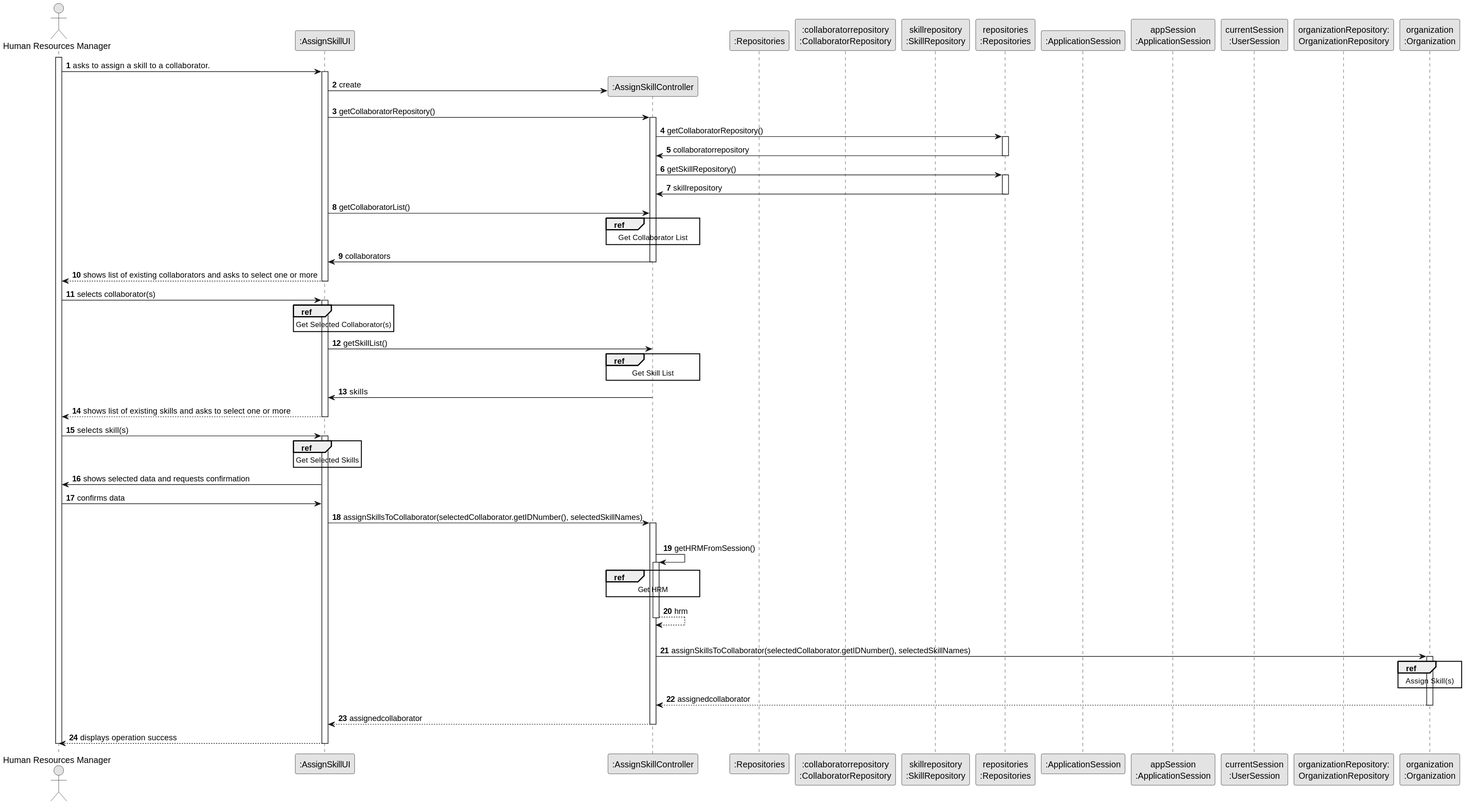
tiagosoa/lei-24-s2-1dgh-g073 keeps this PlantUML diagram as docs/sprint3/us004/03.design/svg/us004-sequence-diagram-split.svg. Above is the earlier version.
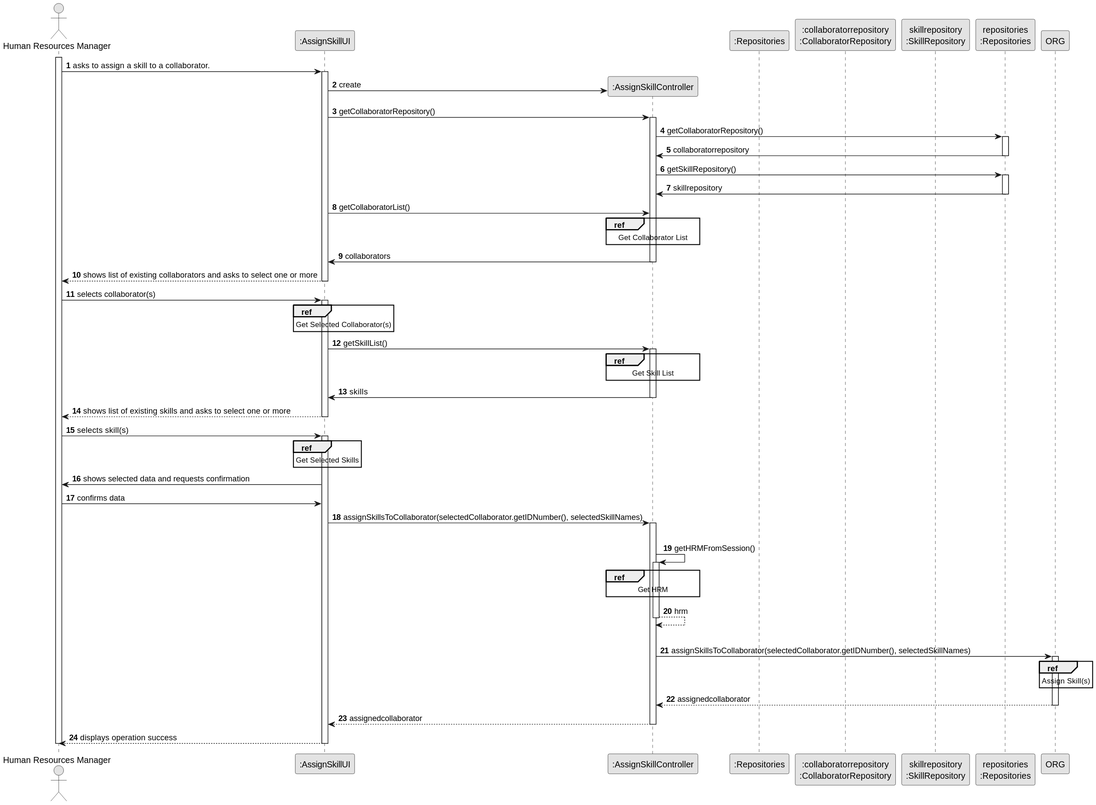
After the change.

What changed in the source:
```diff
@@ -12,12 +12,6 @@
 participant ":collaboratorrepository\n:CollaboratorRepository" as CR
 participant "skillrepository\n:SkillRepository" as SR
 participant "repositories\n:Repositories" as PLAT
-participant ":ApplicationSession" as _APP
-participant "appSession\n:ApplicationSession" as APP
-participant "currentSession\n:UserSession" as SESSAO
-participant "organizationRepository:\nOrganizationRepository" as OrganizationRepository
-participant "organization\n:Organization" as ORG
-
 activate ADM
 
         ADM -> UI : asks to assign a skill to a collaborator.
@@ -61,6 +55,7 @@
 
 
             UI -> CTRL: getSkillList()
+            activate CTRL
         ref over CTRL
         Get Skill List
         end
```
